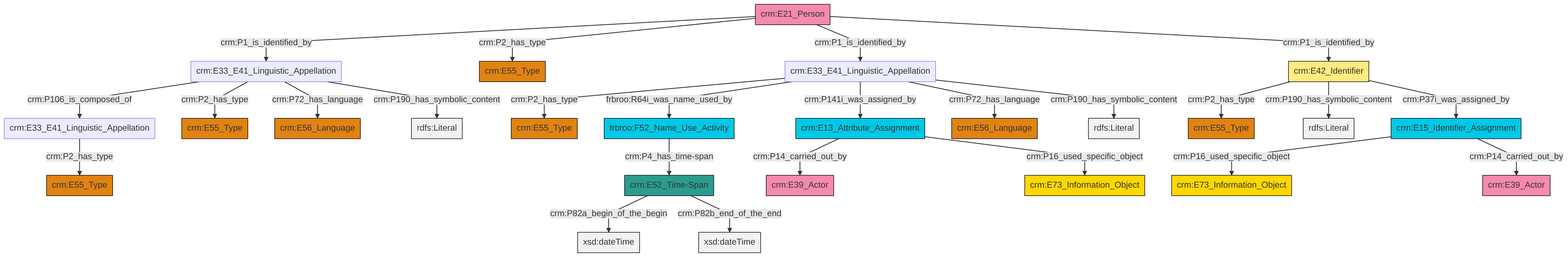
The Mermaid diagram et/personCSV/ttl/mmd/png/Person_Names_and_Classification.png in swiss-art-research-net/docs.swissartresearch, before a commit. Its source is kept beside it as et/personCSV/ttl/mmd/Person_Names_and_Classification.ttl.mmd.
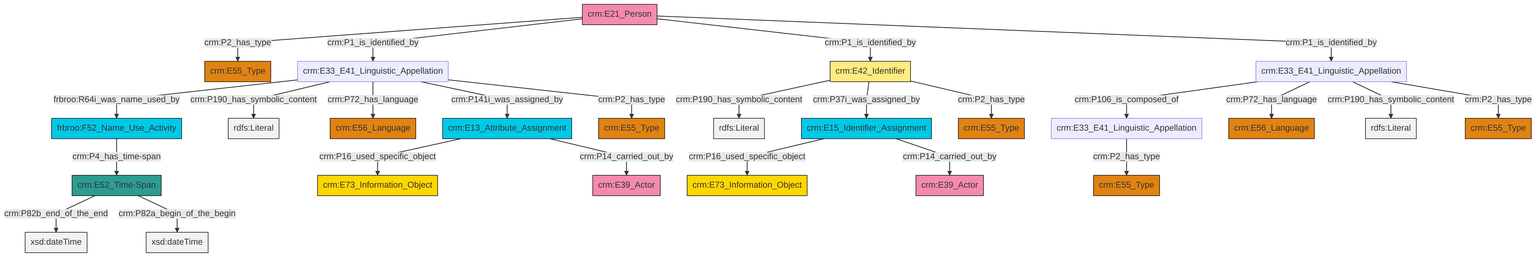
After the commit.

Change to the diagram source:
```diff
@@ -13,27 +13,27 @@
 classDef PC_Classes fill:#4ce600, stroke:#000000;
 classDef Multi fill:#cccccc,stroke:#000000;
 
-0["frbroo:F52_Name_Use_Activity"]:::Temporal_Entity -->|crm:P4_has_time-span| 1["crm:E52_Time-Span"]:::Time-Span
-8["crm:E21_Person"]:::Actor -->|crm:P1_is_identified_by| 9["crm:E33_E41_Linguistic_Appellation"]:::Default
-10["crm:E42_Identifier"]:::Appellation -->|crm:P2_has_type| 11["crm:E55_Type"]:::Type
-9["crm:E33_E41_Linguistic_Appellation"]:::Default -->|crm:P106_is_composed_of| 14["crm:E33_E41_Linguistic_Appellation"]:::Default
-17["crm:E33_E41_Linguistic_Appellation"]:::Default -->|crm:P2_has_type| 12["crm:E55_Type"]:::Type
-17["crm:E33_E41_Linguistic_Appellation"]:::Default -->|frbroo:R64i_was_name_used_by| 0["frbroo:F52_Name_Use_Activity"]:::Temporal_Entity
-15["crm:E13_Attribute_Assignment"]:::Temporal_Entity -->|crm:P14_carried_out_by| 20["crm:E39_Actor"]:::Actor
-9["crm:E33_E41_Linguistic_Appellation"]:::Default -->|crm:P2_has_type| 18["crm:E55_Type"]:::Type
-15["crm:E13_Attribute_Assignment"]:::Temporal_Entity -->|crm:P16_used_specific_object| 21["crm:E73_Information_Object"]:::Conceptual_Object
-17["crm:E33_E41_Linguistic_Appellation"]:::Default -->|crm:P141i_was_assigned_by| 15["crm:E13_Attribute_Assignment"]:::Temporal_Entity
-17["crm:E33_E41_Linguistic_Appellation"]:::Default -->|crm:P72_has_language| 4["crm:E56_Language"]:::Type
-9["crm:E33_E41_Linguistic_Appellation"]:::Default -->|crm:P72_has_language| 2["crm:E56_Language"]:::Type
-1["crm:E52_Time-Span"]:::Time-Span -->|crm:P82a_begin_of_the_begin| 22[xsd:dateTime]:::Literal
-10["crm:E42_Identifier"]:::Appellation -->|crm:P190_has_symbolic_content| 26[rdfs:Literal]:::Literal
-8["crm:E21_Person"]:::Actor -->|crm:P2_has_type| 29["crm:E55_Type"]:::Type
-31["crm:E15_Identifier_Assignment"]:::Temporal_Entity -->|crm:P16_used_specific_object| 6["crm:E73_Information_Object"]:::Conceptual_Object
-17["crm:E33_E41_Linguistic_Appellation"]:::Default -->|crm:P190_has_symbolic_content| 33[rdfs:Literal]:::Literal
-1["crm:E52_Time-Span"]:::Time-Span -->|crm:P82b_end_of_the_end| 35[xsd:dateTime]:::Literal
-14["crm:E33_E41_Linguistic_Appellation"]:::Default -->|crm:P2_has_type| 24["crm:E55_Type"]:::Type
-8["crm:E21_Person"]:::Actor -->|crm:P1_is_identified_by| 17["crm:E33_E41_Linguistic_Appellation"]:::Default
-31["crm:E15_Identifier_Assignment"]:::Temporal_Entity -->|crm:P14_carried_out_by| 36["crm:E39_Actor"]:::Actor
-10["crm:E42_Identifier"]:::Appellation -->|crm:P37i_was_assigned_by| 31["crm:E15_Identifier_Assignment"]:::Temporal_Entity
-8["crm:E21_Person"]:::Actor -->|crm:P1_is_identified_by| 10["crm:E42_Identifier"]:::Appellation
-9["crm:E33_E41_Linguistic_Appellation"]:::Default -->|crm:P190_has_symbolic_content| 46[rdfs:Literal]:::Literal
+2["crm:E33_E41_Linguistic_Appellation"]:::Default -->|crm:P106_is_composed_of| 3["crm:E33_E41_Linguistic_Appellation"]:::Default
+6["frbroo:F52_Name_Use_Activity"]:::Temporal_Entity -->|crm:P4_has_time-span| 7["crm:E52_Time-Span"]:::Time-Span
+8["crm:E33_E41_Linguistic_Appellation"]:::Default -->|frbroo:R64i_was_name_used_by| 6["frbroo:F52_Name_Use_Activity"]:::Temporal_Entity
+0["crm:E21_Person"]:::Actor -->|crm:P2_has_type| 10["crm:E55_Type"]:::Type
+0["crm:E21_Person"]:::Actor -->|crm:P1_is_identified_by| 8["crm:E33_E41_Linguistic_Appellation"]:::Default
+4["crm:E13_Attribute_Assignment"]:::Temporal_Entity -->|crm:P16_used_specific_object| 13["crm:E73_Information_Object"]:::Conceptual_Object
+8["crm:E33_E41_Linguistic_Appellation"]:::Default -->|crm:P190_has_symbolic_content| 16[rdfs:Literal]:::Literal
+2["crm:E33_E41_Linguistic_Appellation"]:::Default -->|crm:P72_has_language| 17["crm:E56_Language"]:::Type
+2["crm:E33_E41_Linguistic_Appellation"]:::Default -->|crm:P190_has_symbolic_content| 18[rdfs:Literal]:::Literal
+19["crm:E42_Identifier"]:::Appellation -->|crm:P190_has_symbolic_content| 20[rdfs:Literal]:::Literal
+21["crm:E15_Identifier_Assignment"]:::Temporal_Entity -->|crm:P16_used_specific_object| 22["crm:E73_Information_Object"]:::Conceptual_Object
+7["crm:E52_Time-Span"]:::Time-Span -->|crm:P82b_end_of_the_end| 25[xsd:dateTime]:::Literal
+21["crm:E15_Identifier_Assignment"]:::Temporal_Entity -->|crm:P14_carried_out_by| 28["crm:E39_Actor"]:::Actor
+4["crm:E13_Attribute_Assignment"]:::Temporal_Entity -->|crm:P14_carried_out_by| 29["crm:E39_Actor"]:::Actor
+2["crm:E33_E41_Linguistic_Appellation"]:::Default -->|crm:P2_has_type| 26["crm:E55_Type"]:::Type
+8["crm:E33_E41_Linguistic_Appellation"]:::Default -->|crm:P72_has_language| 30["crm:E56_Language"]:::Type
+19["crm:E42_Identifier"]:::Appellation -->|crm:P37i_was_assigned_by| 21["crm:E15_Identifier_Assignment"]:::Temporal_Entity
+0["crm:E21_Person"]:::Actor -->|crm:P1_is_identified_by| 19["crm:E42_Identifier"]:::Appellation
+0["crm:E21_Person"]:::Actor -->|crm:P1_is_identified_by| 2["crm:E33_E41_Linguistic_Appellation"]:::Default
+7["crm:E52_Time-Span"]:::Time-Span -->|crm:P82a_begin_of_the_begin| 44[xsd:dateTime]:::Literal
+19["crm:E42_Identifier"]:::Appellation -->|crm:P2_has_type| 45["crm:E55_Type"]:::Type
+8["crm:E33_E41_Linguistic_Appellation"]:::Default -->|crm:P141i_was_assigned_by| 4["crm:E13_Attribute_Assignment"]:::Temporal_Entity
+3["crm:E33_E41_Linguistic_Appellation"]:::Default -->|crm:P2_has_type| 11["crm:E55_Type"]:::Type
+8["crm:E33_E41_Linguistic_Appellation"]:::Default -->|crm:P2_has_type| 36["crm:E55_Type"]:::Type
```
